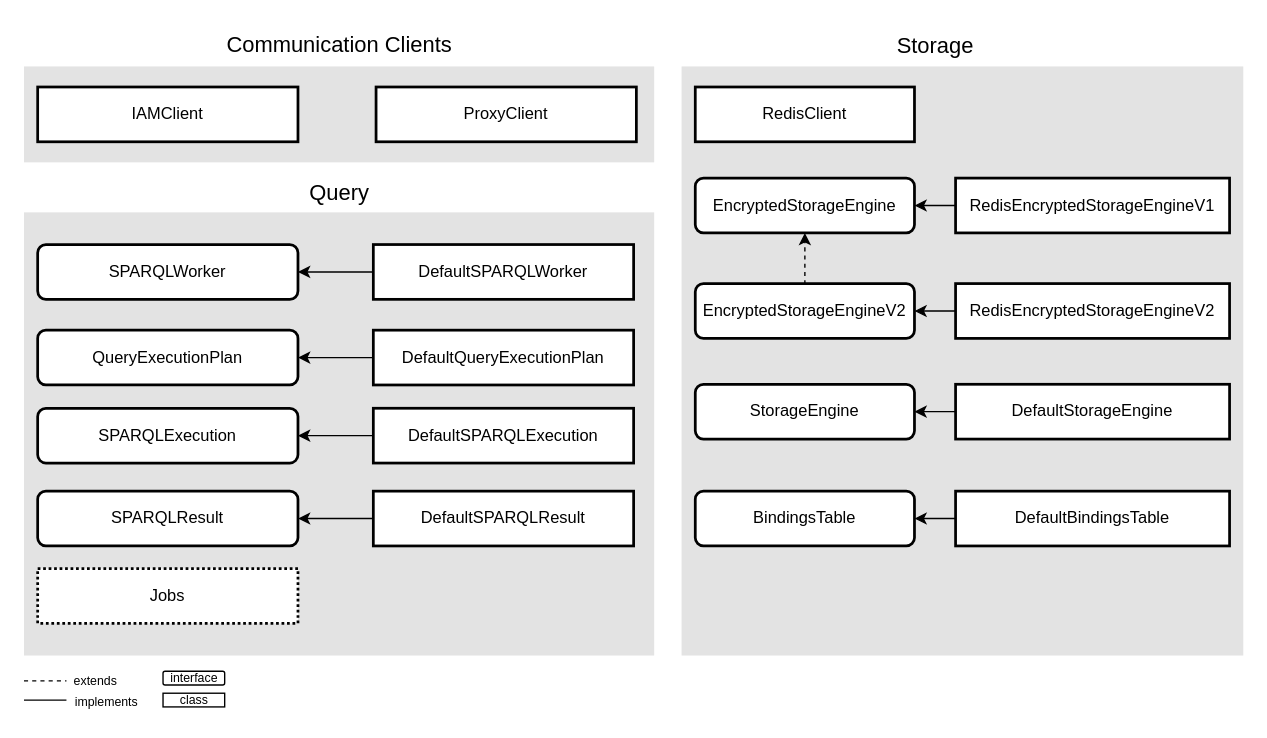
This is page "Triplestore - Application" (5 of 5) of Dissertation/Figures/Diagrams/Chapter4.drawio from DCebola/SEnTriS, a draw.io file, before an edit. Source tidied: cells renumbered, new cells numbered last; positions are measured from the earlier drawing's top-left corner, leaving out a move shared by most shapes. Both pictures are drawn from the tidied source at 137%, with x=0, y=0 at pixel (23, 23).
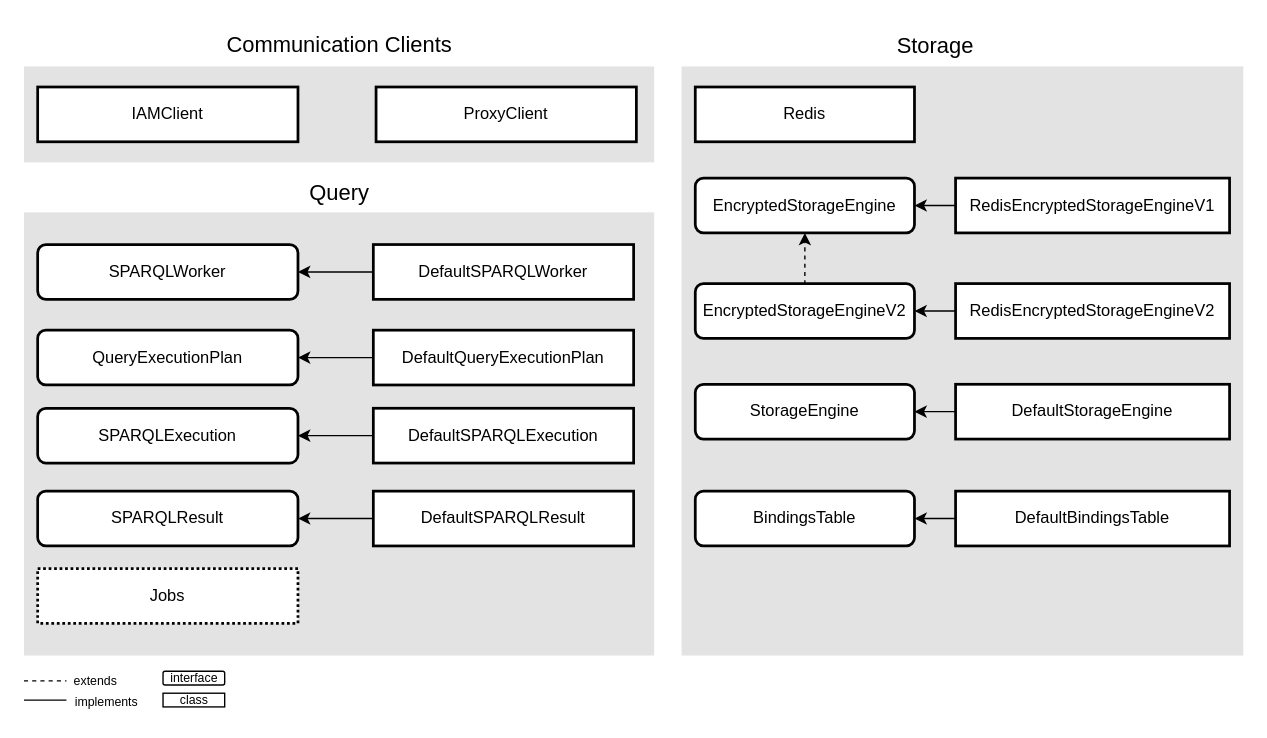
Above is the later version.

The edit, as a diff of the source:
```diff
@@
-    <mxCell id="42" value="&lt;p style=&quot;line-height: 120%;&quot;&gt;Redis&lt;span style=&quot;background-color: initial;&quot;&gt;Client&lt;/span&gt;&lt;/p&gt;" style="rounded=0;whiteSpace=wrap;html=1;strokeWidth=2;" parent="1" vertex="1">
+    <mxCell id="42" value="&lt;p style=&quot;line-height: 120%;&quot;&gt;Redis&lt;/p&gt;" style="rounded=0;whiteSpace=wrap;html=1;strokeWidth=2;" parent="1" vertex="1">
       <mxGeometry x="490" y="46" width="160" height="40" as="geometry" />
     </mxCell>
```
